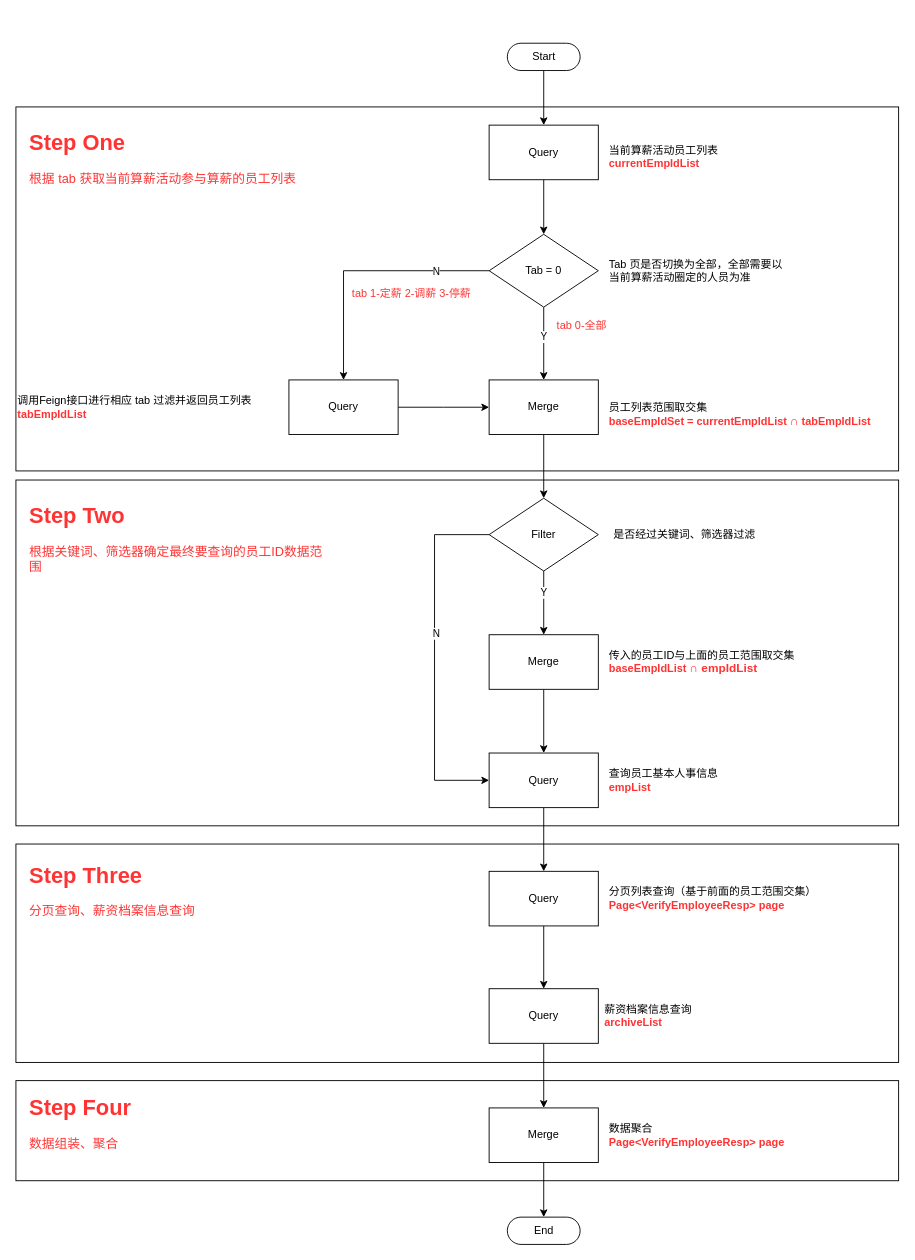
This is 算薪活动-核对人员列表接口实现逻辑.drawio from rexlin600/diagrams, a draw.io file, before an edit. Source tidied: cells renumbered, new cells numbered last; positions are measured from the earlier drawing's top-left corner, leaving out a move shared by most shapes. Both pictures are drawn from the tidied source at 91%, with x=0, y=0 at pixel (15, 43).
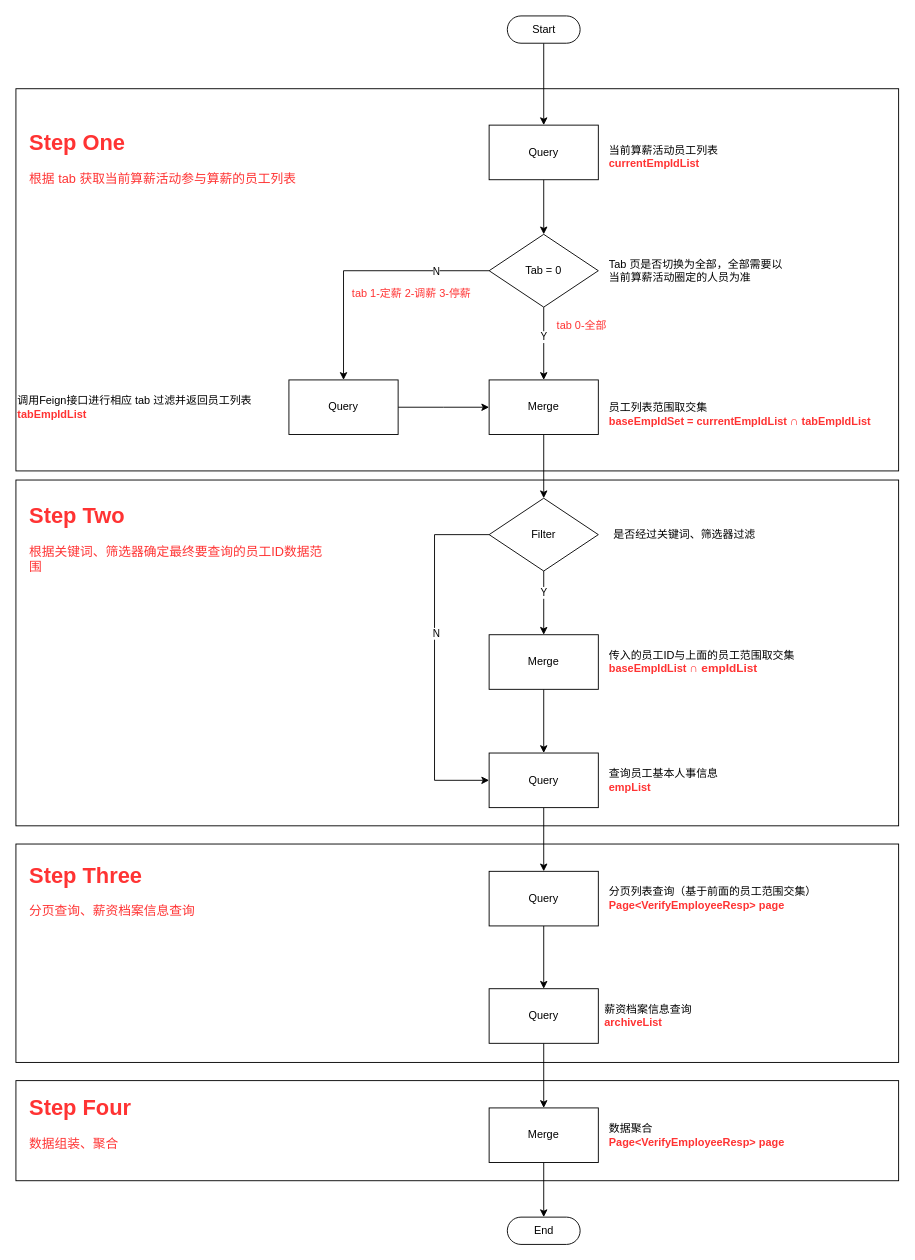
Above is the later version.

Commit message:
更新算薪活动-核对人员列表接口实现逻辑.drawio

The change refers to these unchanged cells:
```xml
<mxCell id="9" value="Query" style="rounded=0;whiteSpace=wrap;html=1;" parent="1" vertex="1">
  <mxGeometry x="520" y="90" width="120" height="60" as="geometry" />
</mxCell>
```

Diff of the diagram source:
```diff
@@
     <mxCell id="5" style="rounded=0;whiteSpace=wrap;html=1;fontColor=#FF3333;" parent="1" vertex="1">
-      <mxGeometry y="70" width="970" height="400" as="geometry" />
+      <mxGeometry y="50" width="970" height="420" as="geometry" />
     </mxCell>
-    <mxCell id="6" style="edgeStyle=orthogonalEdgeStyle;rounded=0;jettySize=auto;html=1;" parent="1" edge="1" source="7" target="9">
+    <mxCell id="6" style="edgeStyle=orthogonalEdgeStyle;rounded=0;jettySize=auto;html=1;entryX=0.5;entryY=0;entryDx=0;entryDy=0;" parent="1" edge="1" source="7" target="9">
       <mxGeometry relative="1" as="geometry" />
     </mxCell>
     <mxCell id="7" value="Start" style="html=1;dashed=0;whitespace=wrap;shape=mxgraph.dfd.start;" parent="1" vertex="1">
-      <mxGeometry x="540" width="80" height="30" as="geometry" />
+      <mxGeometry x="540" y="-30" width="80" height="30" as="geometry" />
     </mxCell>
```
